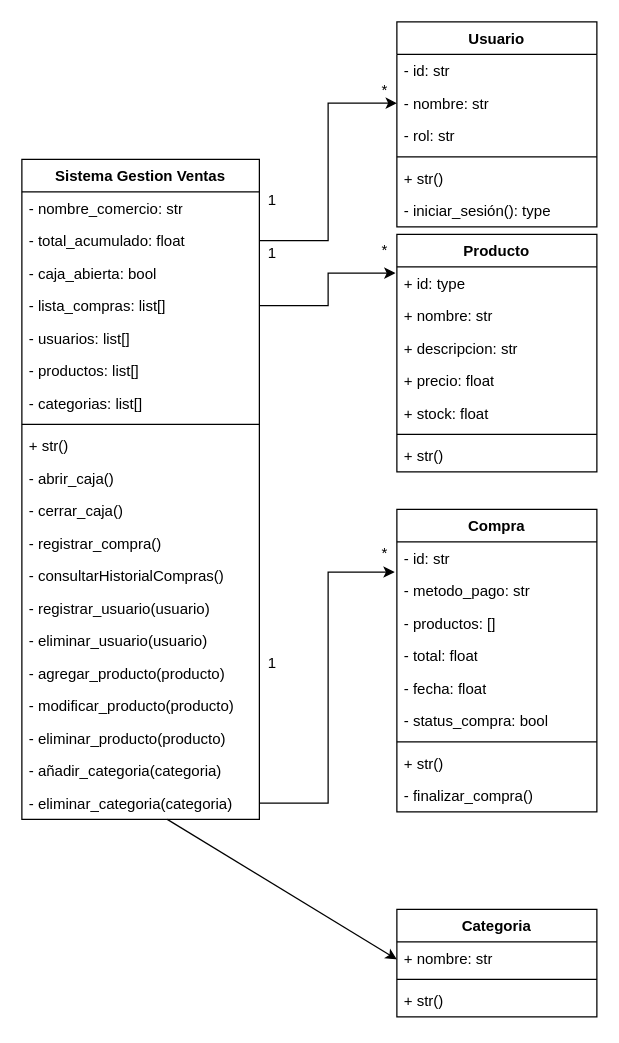
Above: SistemaKiosco.drawio in Ren991/SistemaQuioscoPY (draw.io), before the change. Source tidied: cells renumbered, new cells numbered last; positions are measured from the earlier drawing's top-left corner, leaving out a move shared by most shapes. Both pictures are drawn from the tidied source at 125%, with x=0, y=0 at pixel (21, 21).
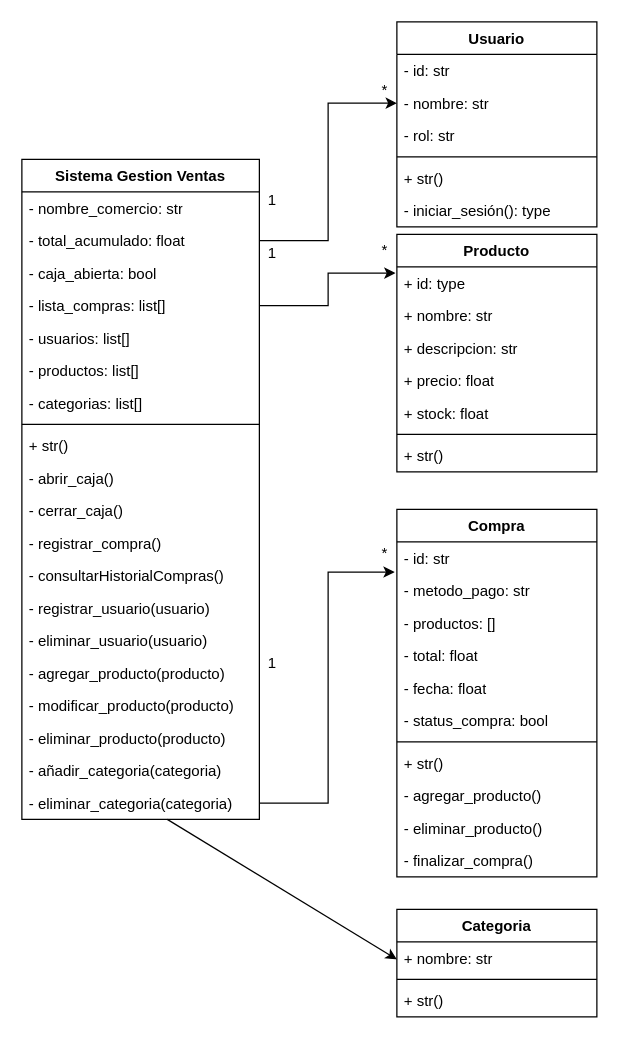
The same diagram, later.

Commit message (it also covers changes not shown here):
creacion clase compra y modificación UML

The edit, as a diff of the source:
```diff
@@
     <mxCell id="38" value="Compra" style="swimlane;fontStyle=1;align=center;verticalAlign=top;horizontal=1;startSize=26;whiteSpace=wrap;html=1;" parent="1" vertex="1">
-      <mxGeometry x="300" y="390" width="160" height="242" as="geometry" />
+      <mxGeometry x="300" y="390" width="160" height="294" as="geometry" />
     </mxCell>
@@
-    <mxCell id="47" value="- finalizar_compra()" style="text;strokeColor=none;fillColor=none;align=left;verticalAlign=top;spacingLeft=4;spacingRight=4;overflow=hidden;whiteSpace=wrap;html=1;" parent="38" vertex="1">
+    <mxCell id="47" value="- agregar_producto()" style="text;strokeColor=none;fillColor=none;align=left;verticalAlign=top;spacingLeft=4;spacingRight=4;overflow=hidden;whiteSpace=wrap;html=1;" parent="38" vertex="1">
       <mxGeometry y="216" width="160" height="26" as="geometry" />
     </mxCell>
+    <mxCell id="62" value="- eliminar_producto()" style="text;strokeColor=none;fillColor=none;align=left;verticalAlign=top;spacingLeft=4;spacingRight=4;overflow=hidden;whiteSpace=wrap;html=1;" parent="38" vertex="1">
+      <mxGeometry y="242" width="160" height="26" as="geometry" />
+    </mxCell>
+    <mxCell id="63" value="- finalizar_compra()" style="text;strokeColor=none;fillColor=none;align=left;verticalAlign=top;spacingLeft=4;spacingRight=4;overflow=hidden;whiteSpace=wrap;html=1;" parent="38" vertex="1">
+      <mxGeometry y="268" width="160" height="26" as="geometry" />
+    </mxCell>
```
